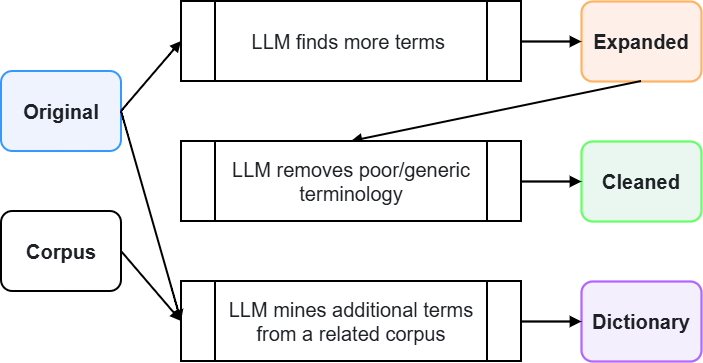
Before: report/latex/figures/term_expansion_diagram.png, a diagram exported from draw.io (vnpnko/terminology-translation). Source tidied: cells renumbered, new cells last; positions are measured from the earlier drawing's top-left corner, leaving out a move shared by most shapes. The source it was exported from:
```xml
<mxGraphModel>
  <root>
    <mxCell id="0" />
    <mxCell id="1" parent="0" />
    <mxCell id="2" value="Original" style="rounded=1;arcSize=14;whiteSpace=wrap;html=1;fillColor=#EEF3FE;strokeColor=#3399FF;strokeWidth=2;fontColor=#1E2126;fontStyle=1;fontSize=20;" parent="1" vertex="1">
      <mxGeometry y="70" width="120" height="80" as="geometry" />
    </mxCell>
    <mxCell id="3" value="Corpus" style="rounded=1;arcSize=14;whiteSpace=wrap;html=1;fillColor=#ffffff;strokeColor=#000000;strokeWidth=2;fontColor=#1E2126;fontStyle=1;fontSize=20;" parent="1" vertex="1">
      <mxGeometry y="210" width="120" height="80" as="geometry" />
    </mxCell>
    <mxCell id="4" value="Expanded" style="rounded=1;arcSize=14;whiteSpace=wrap;html=1;fillColor=#FEF0E9;strokeColor=#FFB366;strokeWidth=2.25;fontColor=#1E2126;fontStyle=1;fontSize=20;" parent="1" vertex="1">
      <mxGeometry x="580" width="120" height="80" as="geometry" />
    </mxCell>
    <mxCell id="5" value="Cleaned" style="rounded=1;arcSize=14;whiteSpace=wrap;html=1;fillColor=#EAF7F1;strokeColor=#66FF66;strokeWidth=2.25;fontColor=#1E2126;fontStyle=1;fontSize=20;" parent="1" vertex="1">
      <mxGeometry x="580" y="140" width="120" height="80" as="geometry" />
    </mxCell>
    <mxCell id="6" value="Dictionary" style="rounded=1;arcSize=14;whiteSpace=wrap;html=1;fillColor=#F3EFFC;strokeColor=#B266FF;strokeWidth=2.25;fontColor=#1E2126;fontStyle=1;fontSize=20;" parent="1" vertex="1">
      <mxGeometry x="580" y="280" width="120" height="80" as="geometry" />
    </mxCell>
    <mxCell id="7" value="LLM finds more terms&amp;nbsp;" style="shape=process;whiteSpace=wrap;html=1;backgroundOutline=1;fillColor=#ffffff;strokeColor=#000000;strokeWidth=2;fontColor=#1E2126;fontSize=20;" parent="1" vertex="1">
      <mxGeometry x="180" width="340" height="80" as="geometry" />
    </mxCell>
    <mxCell id="8" value="LLM mines additional terms from a related corpus" style="shape=process;whiteSpace=wrap;html=1;backgroundOutline=1;fillColor=#ffffff;strokeColor=#000000;strokeWidth=2;fontColor=#1E2126;fontSize=20;" parent="1" vertex="1">
      <mxGeometry x="180" y="280" width="340" height="80" as="geometry" />
    </mxCell>
    <mxCell id="9" style="html=1;endArrow=block;endFill=1;rounded=1;curved=1;strokeColor=#000000;strokeWidth=2;exitX=1;exitY=0.5;entryX=0;entryY=0.5;exitDx=0;exitDy=0;fontSize=20;" parent="1" edge="1" source="2" target="7">
      <mxGeometry relative="1" as="geometry" />
    </mxCell>
    <mxCell id="10" style="html=1;endArrow=block;endFill=1;strokeColor=#000000;strokeWidth=2.25;exitX=1;exitY=0.5;entryX=0;entryY=0.5;fontSize=20;" parent="1" edge="1" source="7" target="4">
      <mxGeometry relative="1" as="geometry" />
    </mxCell>
    <mxCell id="11" style="html=1;endArrow=block;endFill=1;strokeColor=#000000;strokeWidth=2;exitX=0.5;exitY=1;entryX=0.5;entryY=0;entryDx=0;entryDy=0;exitDx=0;exitDy=0;fontSize=20;" parent="1" edge="1" source="4" target="16">
      <mxGeometry relative="1" as="geometry" />
    </mxCell>
    <mxCell id="12" style="html=1;endArrow=block;endFill=1;strokeColor=#000000;strokeWidth=2.25;exitX=1;exitY=0.5;entryX=0;entryY=0.5;exitDx=0;exitDy=0;fontSize=20;" parent="1" edge="1" source="16" target="5">
      <mxGeometry relative="1" as="geometry" />
    </mxCell>
    <mxCell id="13" style="html=1;endArrow=block;endFill=1;rounded=1;curved=1;strokeColor=#000000;strokeWidth=2;exitX=1;exitY=0.5;exitDx=0;exitDy=0;entryX=0;entryY=0.5;entryDx=0;entryDy=0;fontSize=20;" parent="1" edge="1" source="2" target="8">
      <mxGeometry relative="1" as="geometry" />
    </mxCell>
    <mxCell id="14" style="html=1;endArrow=block;endFill=1;strokeColor=#000000;strokeWidth=2;exitX=1;exitY=0.5;entryX=0;entryY=0.5;entryDx=0;entryDy=0;fontSize=20;" parent="1" edge="1" source="3" target="8">
      <mxGeometry relative="1" as="geometry" />
    </mxCell>
    <mxCell id="15" style="html=1;endArrow=block;endFill=1;strokeColor=#000000;strokeWidth=2.25;exitX=1;exitY=0.5;entryX=0;entryY=0.5;fontSize=20;" parent="1" edge="1" source="8" target="6">
      <mxGeometry relative="1" as="geometry" />
    </mxCell>
    <mxCell id="16" value="LLM removes poor/generic terminology" style="shape=process;whiteSpace=wrap;html=1;backgroundOutline=1;fillColor=#ffffff;strokeColor=#000000;strokeWidth=2;fontColor=#1E2126;fontSize=20;" parent="1" vertex="1">
      <mxGeometry x="180" y="140" width="340" height="80" as="geometry" />
    </mxCell>
  </root>
</mxGraphModel>
```
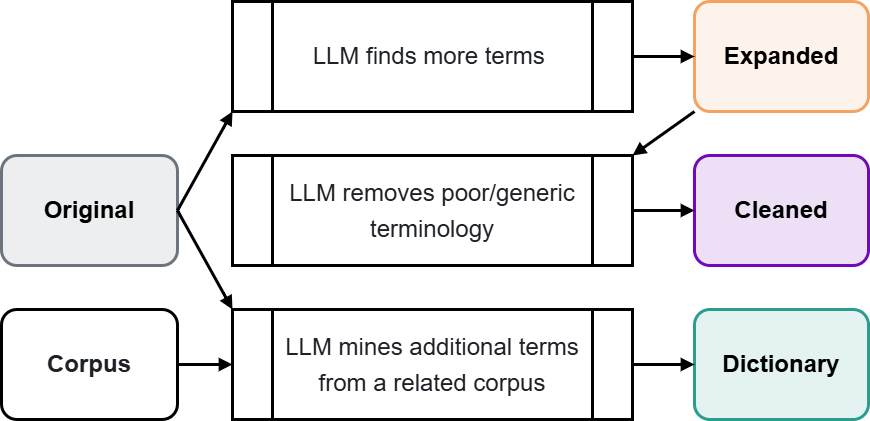
The same file after the commit.

What changed in the source:
```diff
@@ -2,50 +2,50 @@
   <root>
     <mxCell id="0" />
     <mxCell id="1" parent="0" />
-    <mxCell id="2" value="Original" style="rounded=1;arcSize=14;whiteSpace=wrap;html=1;fillColor=#EEF3FE;strokeColor=#3399FF;strokeWidth=2;fontColor=#1E2126;fontStyle=1;fontSize=20;" parent="1" vertex="1">
-      <mxGeometry y="70" width="120" height="80" as="geometry" />
+    <mxCell id="2" value="Original" style="rounded=1;arcSize=14;whiteSpace=wrap;html=1;fillColor=#6C757D20;strokeColor=#6C757D;strokeWidth=3;fontStyle=1;fontSize=24;" parent="1" vertex="1">
+      <mxGeometry x="3" y="162" width="176" height="110" as="geometry" />
     </mxCell>
-    <mxCell id="3" value="Corpus" style="rounded=1;arcSize=14;whiteSpace=wrap;html=1;fillColor=#ffffff;strokeColor=#000000;strokeWidth=2;fontColor=#1E2126;fontStyle=1;fontSize=20;" parent="1" vertex="1">
-      <mxGeometry y="210" width="120" height="80" as="geometry" />
+    <mxCell id="3" value="Corpus" style="rounded=1;arcSize=14;whiteSpace=wrap;html=1;fillColor=#ffffff;strokeColor=#000000;strokeWidth=3;fontColor=#1E2126;fontStyle=1;fontSize=24;" parent="1" vertex="1">
+      <mxGeometry x="3" y="316" width="176" height="110" as="geometry" />
     </mxCell>
-    <mxCell id="4" value="Expanded" style="rounded=1;arcSize=14;whiteSpace=wrap;html=1;fillColor=#FEF0E9;strokeColor=#FFB366;strokeWidth=2.25;fontColor=#1E2126;fontStyle=1;fontSize=20;" parent="1" vertex="1">
-      <mxGeometry x="580" width="120" height="80" as="geometry" />
+    <mxCell id="4" value="Expanded" style="rounded=1;arcSize=14;whiteSpace=wrap;html=1;fillColor=#F4A26120;strokeColor=#F4A261;strokeWidth=3;fontStyle=1;fontSize=24;" parent="1" vertex="1">
+      <mxGeometry x="696" y="8" width="174" height="110" as="geometry" />
     </mxCell>
-    <mxCell id="5" value="Cleaned" style="rounded=1;arcSize=14;whiteSpace=wrap;html=1;fillColor=#EAF7F1;strokeColor=#66FF66;strokeWidth=2.25;fontColor=#1E2126;fontStyle=1;fontSize=20;" parent="1" vertex="1">
-      <mxGeometry x="580" y="140" width="120" height="80" as="geometry" />
+    <mxCell id="5" value="Cleaned" style="rounded=1;arcSize=14;whiteSpace=wrap;html=1;fillColor=#7209B720;strokeColor=#7209B7;strokeWidth=3;fontStyle=1;fontSize=24;" parent="1" vertex="1">
+      <mxGeometry x="696" y="162" width="174" height="110" as="geometry" />
     </mxCell>
-    <mxCell id="6" value="Dictionary" style="rounded=1;arcSize=14;whiteSpace=wrap;html=1;fillColor=#F3EFFC;strokeColor=#B266FF;strokeWidth=2.25;fontColor=#1E2126;fontStyle=1;fontSize=20;" parent="1" vertex="1">
-      <mxGeometry x="580" y="280" width="120" height="80" as="geometry" />
+    <mxCell id="6" value="Dictionary" style="rounded=1;arcSize=14;whiteSpace=wrap;html=1;fillColor=#2A9D8F20;strokeColor=#2A9D8F;strokeWidth=3;fontStyle=1;fontSize=24;" parent="1" vertex="1">
+      <mxGeometry x="696" y="316" width="174" height="110" as="geometry" />
     </mxCell>
-    <mxCell id="7" value="LLM finds more terms&amp;nbsp;" style="shape=process;whiteSpace=wrap;html=1;backgroundOutline=1;fillColor=#ffffff;strokeColor=#000000;strokeWidth=2;fontColor=#1E2126;fontSize=20;" parent="1" vertex="1">
-      <mxGeometry x="180" width="340" height="80" as="geometry" />
+    <mxCell id="7" value="LLM finds more terms&amp;nbsp;" style="shape=process;whiteSpace=wrap;html=1;backgroundOutline=1;fillColor=#ffffff;strokeColor=#000000;strokeWidth=3;fontColor=#1E2126;fontSize=24;" parent="1" vertex="1">
+      <mxGeometry x="234" y="8" width="400" height="110" as="geometry" />
     </mxCell>
-    <mxCell id="8" value="LLM mines additional terms from a related corpus" style="shape=process;whiteSpace=wrap;html=1;backgroundOutline=1;fillColor=#ffffff;strokeColor=#000000;strokeWidth=2;fontColor=#1E2126;fontSize=20;" parent="1" vertex="1">
-      <mxGeometry x="180" y="280" width="340" height="80" as="geometry" />
+    <mxCell id="8" value="&lt;div style=&quot;line-height: 150%;&quot;&gt;LLM mines additional terms from a related corpus&lt;/div&gt;" style="shape=process;whiteSpace=wrap;html=1;backgroundOutline=1;fillColor=#ffffff;strokeColor=#000000;strokeWidth=3;fontColor=#1E2126;fontSize=24;" parent="1" vertex="1">
+      <mxGeometry x="234" y="316" width="400" height="110" as="geometry" />
     </mxCell>
-    <mxCell id="9" style="html=1;endArrow=block;endFill=1;rounded=1;curved=1;strokeColor=#000000;strokeWidth=2;exitX=1;exitY=0.5;entryX=0;entryY=0.5;exitDx=0;exitDy=0;fontSize=20;" parent="1" edge="1" source="2" target="7">
+    <mxCell id="9" style="html=1;endArrow=block;endFill=1;rounded=1;curved=1;strokeColor=#000000;strokeWidth=3;exitX=1;exitY=0.5;entryX=0;entryY=1;exitDx=0;exitDy=0;fontSize=24;entryDx=0;entryDy=0;" parent="1" edge="1" source="2" target="7">
       <mxGeometry relative="1" as="geometry" />
     </mxCell>
-    <mxCell id="10" style="html=1;endArrow=block;endFill=1;strokeColor=#000000;strokeWidth=2.25;exitX=1;exitY=0.5;entryX=0;entryY=0.5;fontSize=20;" parent="1" edge="1" source="7" target="4">
+    <mxCell id="10" style="html=1;endArrow=block;endFill=1;strokeColor=#000000;strokeWidth=3;exitX=1;exitY=0.5;entryX=0;entryY=0.5;fontSize=24;" parent="1" edge="1" source="7" target="4">
       <mxGeometry relative="1" as="geometry" />
     </mxCell>
-    <mxCell id="11" style="html=1;endArrow=block;endFill=1;strokeColor=#000000;strokeWidth=2;exitX=0.5;exitY=1;entryX=0.5;entryY=0;entryDx=0;entryDy=0;exitDx=0;exitDy=0;fontSize=20;" parent="1" edge="1" source="4" target="16">
+    <mxCell id="11" style="html=1;endArrow=block;endFill=1;strokeColor=#000000;strokeWidth=3;exitX=0;exitY=1;entryX=1;entryY=0;entryDx=0;entryDy=0;exitDx=0;exitDy=0;fontSize=24;" parent="1" edge="1" source="4" target="16">
       <mxGeometry relative="1" as="geometry" />
     </mxCell>
-    <mxCell id="12" style="html=1;endArrow=block;endFill=1;strokeColor=#000000;strokeWidth=2.25;exitX=1;exitY=0.5;entryX=0;entryY=0.5;exitDx=0;exitDy=0;fontSize=20;" parent="1" edge="1" source="16" target="5">
+    <mxCell id="12" style="html=1;endArrow=block;endFill=1;strokeColor=#000000;strokeWidth=3;exitX=1;exitY=0.5;entryX=0;entryY=0.5;exitDx=0;exitDy=0;fontSize=24;" parent="1" edge="1" source="16" target="5">
       <mxGeometry relative="1" as="geometry" />
     </mxCell>
-    <mxCell id="13" style="html=1;endArrow=block;endFill=1;rounded=1;curved=1;strokeColor=#000000;strokeWidth=2;exitX=1;exitY=0.5;exitDx=0;exitDy=0;entryX=0;entryY=0.5;entryDx=0;entryDy=0;fontSize=20;" parent="1" edge="1" source="2" target="8">
+    <mxCell id="13" style="html=1;endArrow=block;endFill=1;rounded=1;curved=1;strokeColor=#000000;strokeWidth=3;exitX=1;exitY=0.5;exitDx=0;exitDy=0;entryX=0;entryY=0;entryDx=0;entryDy=0;fontSize=24;" parent="1" edge="1" source="2" target="8">
       <mxGeometry relative="1" as="geometry" />
     </mxCell>
-    <mxCell id="14" style="html=1;endArrow=block;endFill=1;strokeColor=#000000;strokeWidth=2;exitX=1;exitY=0.5;entryX=0;entryY=0.5;entryDx=0;entryDy=0;fontSize=20;" parent="1" edge="1" source="3" target="8">
+    <mxCell id="14" style="html=1;endArrow=block;endFill=1;strokeColor=#000000;strokeWidth=3;exitX=1;exitY=0.5;entryX=0;entryY=0.5;entryDx=0;entryDy=0;fontSize=24;" parent="1" edge="1" source="3" target="8">
       <mxGeometry relative="1" as="geometry" />
     </mxCell>
-    <mxCell id="15" style="html=1;endArrow=block;endFill=1;strokeColor=#000000;strokeWidth=2.25;exitX=1;exitY=0.5;entryX=0;entryY=0.5;fontSize=20;" parent="1" edge="1" source="8" target="6">
+    <mxCell id="15" style="html=1;endArrow=block;endFill=1;strokeColor=#000000;strokeWidth=3;exitX=1;exitY=0.5;entryX=0;entryY=0.5;fontSize=24;" parent="1" edge="1" source="8" target="6">
       <mxGeometry relative="1" as="geometry" />
     </mxCell>
-    <mxCell id="16" value="LLM removes poor/generic terminology" style="shape=process;whiteSpace=wrap;html=1;backgroundOutline=1;fillColor=#ffffff;strokeColor=#000000;strokeWidth=2;fontColor=#1E2126;fontSize=20;" parent="1" vertex="1">
-      <mxGeometry x="180" y="140" width="340" height="80" as="geometry" />
+    <mxCell id="16" value="&lt;div style=&quot;line-height: 150%;&quot;&gt;LLM removes poor/generic terminology&lt;/div&gt;" style="shape=process;whiteSpace=wrap;html=1;backgroundOutline=1;fillColor=#ffffff;strokeColor=#000000;strokeWidth=3;fontColor=#1E2126;fontSize=24;" parent="1" vertex="1">
+      <mxGeometry x="234" y="162" width="400" height="110" as="geometry" />
     </mxCell>
   </root>
 </mxGraphModel>
```
